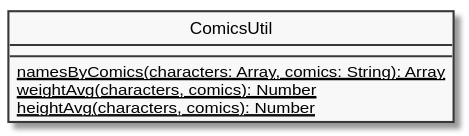
Above: ecma/object/assets/object-comics-util.svg in ifpb/javascript-guide (PlantUML), before the change. Source of this version:
```plantuml
@startuml
skinparam classAttributeIconSize 0
skinparam monochrome true
hide circle

class ComicsUtil {
  {static} namesByComics(characters: Array, comics: String): Array
  {static} weightAvg(characters, comics): Number
  {static} heightAvg(characters, comics): Number
}
@enduml
```
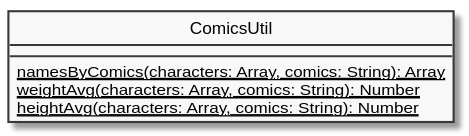
The same diagram one commit later.

Commit message:
updating object umls

What changed in the source:
```diff
@@ -5,7 +5,7 @@
 
 class ComicsUtil {
   {static} namesByComics(characters: Array, comics: String): Array
-  {static} weightAvg(characters, comics): Number
-  {static} heightAvg(characters, comics): Number
+  {static} weightAvg(characters: Array, comics: String): Number
+  {static} heightAvg(characters: Array, comics: String): Number
 }
 @enduml
```
